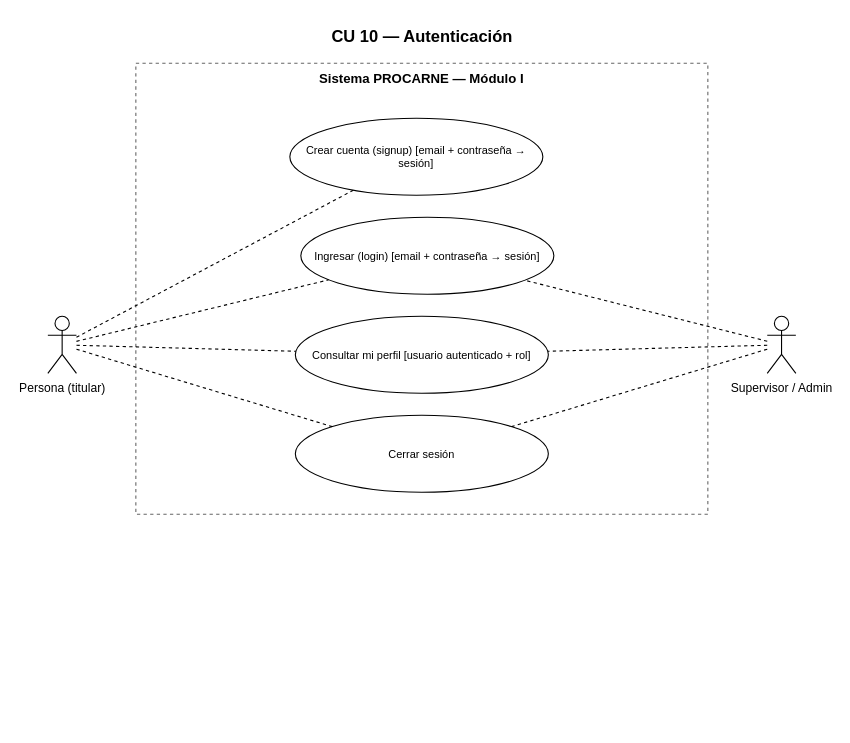
Before: diagramas/casos-de-uso-modulo-1/CU-10-autenticación.drawio in guspaz0/2026-pp1-tt-procarne, a draw.io diagram. Source tidied: cells renumbered, new cells numbered last; positions are measured from the earlier drawing's top-left corner, leaving out a move shared by most shapes. Both pictures are drawn from the tidied source at 110%, with x=0, y=0 at pixel (47, 19).
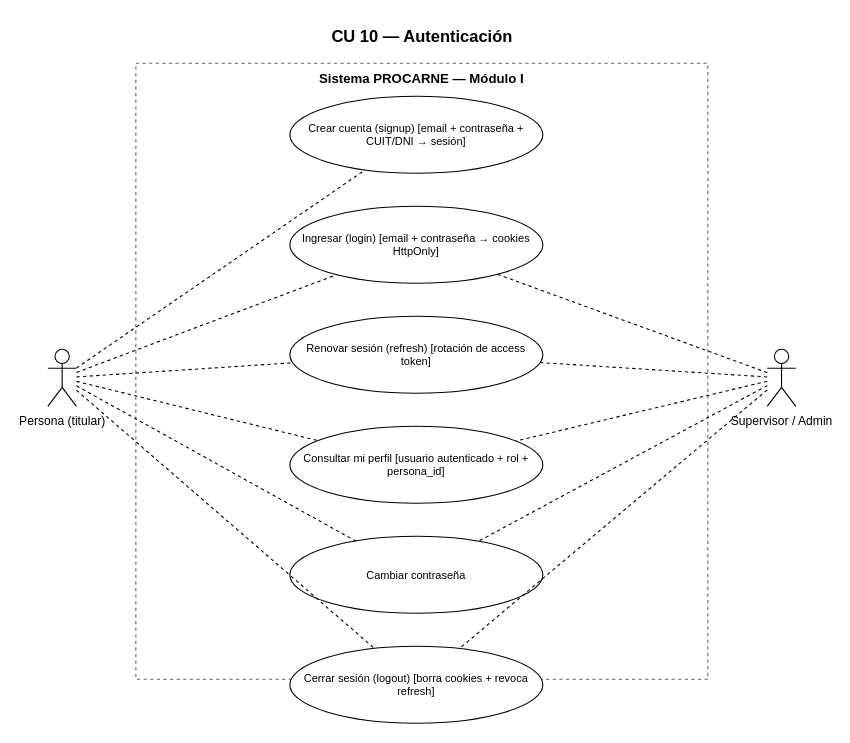
After the change.

Diff of the diagram source:
```diff
@@
     <mxCell id="3" value="Sistema PROCARNE — Módulo I" style="rounded=0;whiteSpace=wrap;html=1;verticalAlign=top;fillColor=none;strokeColor=#666666;dashed=1;fontSize=12;fontStyle=1;" parent="1" vertex="1">
-      <mxGeometry x="80" y="40" width="520" height="410" as="geometry" />
+      <mxGeometry x="80" y="40" width="520" height="560" as="geometry" />
     </mxCell>
+    <mxCell id="5" value="Crear cuenta (signup) [email + contraseña + CUIT/DNI → sesión]" style="ellipse;whiteSpace=wrap;html=1;fontSize=10;" parent="3" vertex="1">
+      <mxGeometry x="140" y="30" width="230" height="70" as="geometry" />
+    </mxCell>
-    <mxCell id="4" value="Ingresar (login) [email + contraseña → sesión]" style="ellipse;whiteSpace=wrap;html=1;fontSize=10;" parent="3" vertex="1">
-      <mxGeometry x="150" y="140" width="230" height="70" as="geometry" />
+    <mxCell id="4" value="Ingresar (login) [email + contraseña → cookies HttpOnly]" style="ellipse;whiteSpace=wrap;html=1;fontSize=10;" parent="3" vertex="1">
+      <mxGeometry x="140" y="130" width="230" height="70" as="geometry" />
     </mxCell>
-    <mxCell id="5" value="Crear cuenta (signup) [email + contraseña → sesión]" style="ellipse;whiteSpace=wrap;html=1;fontSize=10;" parent="3" vertex="1">
-      <mxGeometry x="140" y="50" width="230" height="70" as="geometry" />
-    </mxCell>
+    <mxCell id="17" value="Renovar sesión (refresh) [rotación de access token]" style="ellipse;whiteSpace=wrap;html=1;fontSize=10;" parent="3" vertex="1">
+      <mxGeometry x="140" y="230" width="230" height="70" as="geometry" />
+    </mxCell>
+    <mxCell id="7" value="Consultar mi perfil [usuario autenticado + rol + persona_id]" style="ellipse;whiteSpace=wrap;html=1;fontSize=10;" parent="3" vertex="1">
+      <mxGeometry x="140" y="330" width="230" height="70" as="geometry" />
+    </mxCell>
+    <mxCell id="18" value="Cambiar contraseña" style="ellipse;whiteSpace=wrap;html=1;fontSize=10;" parent="3" vertex="1">
+      <mxGeometry x="140" y="430" width="230" height="70" as="geometry" />
+    </mxCell>
-    <mxCell id="6" value="Cerrar sesión" style="ellipse;whiteSpace=wrap;html=1;fontSize=10;" parent="3" vertex="1">
-      <mxGeometry x="145" y="320" width="230" height="70" as="geometry" />
+    <mxCell id="6" value="Cerrar sesión (logout) [borra cookies + revoca refresh]" style="ellipse;whiteSpace=wrap;html=1;fontSize=10;" parent="3" vertex="1">
+      <mxGeometry x="140" y="530" width="230" height="70" as="geometry" />
     </mxCell>
-    <mxCell id="7" value="Consultar mi perfil [usuario autenticado + rol]" style="ellipse;whiteSpace=wrap;html=1;fontSize=10;" parent="3" vertex="1">
-      <mxGeometry x="145" y="230" width="230" height="70" as="geometry" />
-    </mxCell>
     <mxCell id="8" value="Persona (titular)" style="shape=umlActor;verticalLabelPosition=bottom;verticalAlign=top;html=1;outlineConnect=0;fontSize=11;" parent="1" vertex="1">
-      <mxGeometry y="270" width="26" height="52" as="geometry" />
+      <mxGeometry y="300" width="26" height="52" as="geometry" />
     </mxCell>
     <mxCell id="9" value="Supervisor / Admin" style="shape=umlActor;verticalLabelPosition=bottom;verticalAlign=top;html=1;outlineConnect=0;fontSize=11;" parent="1" vertex="1">
-      <mxGeometry x="654" y="270" width="26" height="52" as="geometry" />
+      <mxGeometry x="654" y="300" width="26" height="52" as="geometry" />
     </mxCell>
+    <mxCell id="12" style="endArrow=none;html=1;dashed=1;" parent="1" edge="1" source="8" target="5">
+      <mxGeometry relative="1" as="geometry" />
+    </mxCell>
@@
-    <mxCell id="12" style="endArrow=none;html=1;dashed=1;" parent="1" edge="1" source="8" target="5">
-      <mxGeometry relative="1" as="geometry" />
-    </mxCell>
+    <mxCell id="19" style="endArrow=none;html=1;dashed=1;" parent="1" edge="1" source="8" target="17">
+      <mxGeometry relative="1" as="geometry" />
+    </mxCell>
+    <mxCell id="20" style="endArrow=none;html=1;dashed=1;" parent="1" edge="1" source="9" target="17">
+      <mxGeometry relative="1" as="geometry" />
+    </mxCell>
+    <mxCell id="15" style="endArrow=none;html=1;dashed=1;" parent="1" edge="1" source="8" target="7">
+      <mxGeometry relative="1" as="geometry" />
+    </mxCell>
+    <mxCell id="16" style="endArrow=none;html=1;dashed=1;" parent="1" edge="1" source="9" target="7">
+      <mxGeometry relative="1" as="geometry" />
+    </mxCell>
+    <mxCell id="21" style="endArrow=none;html=1;dashed=1;" parent="1" edge="1" source="8" target="18">
+      <mxGeometry relative="1" as="geometry" />
+    </mxCell>
+    <mxCell id="22" style="endArrow=none;html=1;dashed=1;" parent="1" edge="1" source="9" target="18">
+      <mxGeometry relative="1" as="geometry" />
+    </mxCell>
@@
-    <mxCell id="15" style="endArrow=none;html=1;dashed=1;" parent="1" edge="1" source="8" target="7">
-      <mxGeometry relative="1" as="geometry" />
-    </mxCell>
-    <mxCell id="16" style="endArrow=none;html=1;dashed=1;" parent="1" edge="1" source="9" target="7">
-      <mxGeometry relative="1" as="geometry" />
-    </mxCell>
```
